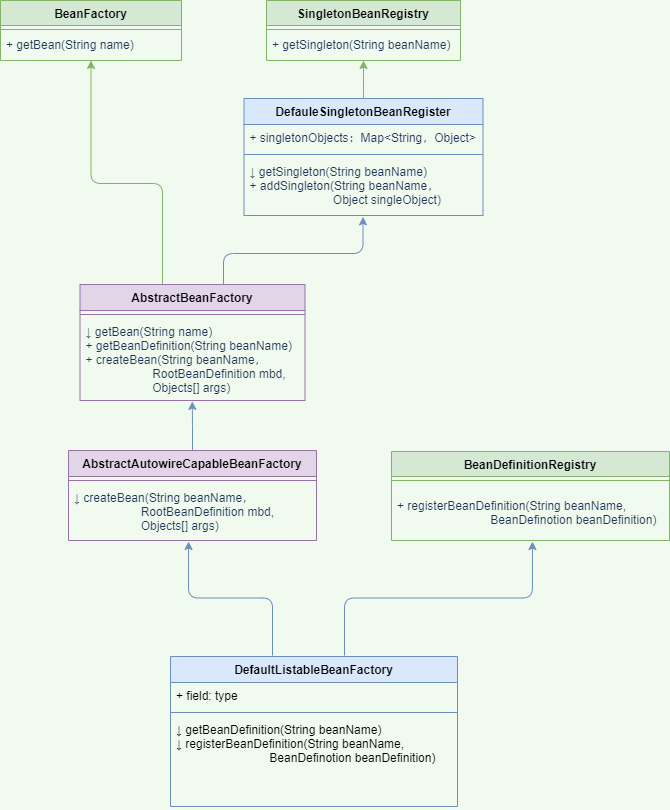
The draw.io diagram kanghong/Untitled Diagram.drawio.png in cavs-coder/diagrams, before a commit. Source tidied: cells renumbered, new cells last; positions are measured from the earlier drawing's top-left corner, leaving out a move shared by most shapes.
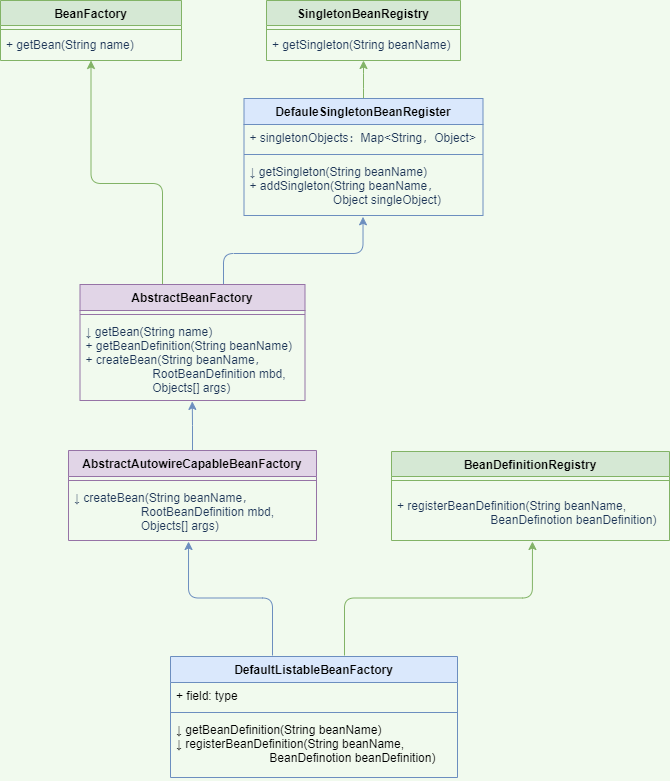
Above is the later version.

Diff of the diagram source:
```diff
@@ -77,13 +77,13 @@
         <mxPoint x="272" y="655" as="sourcePoint" />
       </mxGeometry>
     </mxCell>
-    <mxCell id="23" style="edgeStyle=orthogonalEdgeStyle;rounded=1;jettySize=auto;html=1;entryX=0.507;entryY=1.018;entryDx=0;entryDy=0;entryPerimeter=0;fontSize=12;fillColor=#dae8fc;strokeColor=#6c8ebf;" parent="1" edge="1" target="30">
+    <mxCell id="23" style="edgeStyle=orthogonalEdgeStyle;rounded=1;jettySize=auto;html=1;entryX=0.507;entryY=1.018;entryDx=0;entryDy=0;entryPerimeter=0;fontSize=12;fillColor=#d5e8d4;strokeColor=#82b366;" parent="1" edge="1" target="30">
       <mxGeometry relative="1" as="geometry">
         <mxPoint x="344" y="655" as="sourcePoint" />
       </mxGeometry>
     </mxCell>
     <mxCell id="24" value="DefaultListableBeanFactory" style="swimlane;fontStyle=1;align=center;verticalAlign=top;horizontal=1;startSize=26;fillColor=#dae8fc;strokeColor=#6c8ebf;" parent="1" vertex="1">
-      <mxGeometry x="170" y="656" width="287" height="150" as="geometry" />
+      <mxGeometry x="170" y="656" width="287" height="121" as="geometry" />
     </mxCell>
     <mxCell id="25" value="+ field: type" style="text;strokeColor=none;fillColor=none;align=left;verticalAlign=top;spacingLeft=4;spacingRight=4;overflow=hidden;" parent="24" vertex="1">
       <mxGeometry y="26" width="287" height="26" as="geometry" />
@@ -92,7 +92,7 @@
       <mxGeometry y="52" width="287" height="8" as="geometry" />
     </mxCell>
     <mxCell id="27" value="↓ getBeanDefinition(String beanName)&#10;↓ registerBeanDefinition(String beanName,&#10;                            BeanDefinotion beanDefinition)" style="text;strokeColor=none;fillColor=none;align=left;verticalAlign=top;spacingLeft=4;spacingRight=4;overflow=hidden;" parent="24" vertex="1">
-      <mxGeometry y="60" width="287" height="90" as="geometry" />
+      <mxGeometry y="60" width="287" height="61" as="geometry" />
     </mxCell>
     <mxCell id="28" value="BeanDefinitionRegistry" style="swimlane;fontStyle=1;align=center;verticalAlign=top;horizontal=1;startSize=25;shadow=0;strokeWidth=1;fillColor=#d5e8d4;strokeColor=#82b366;" parent="1" vertex="1">
       <mxGeometry x="391" y="451" width="278" height="89" as="geometry" />
```
